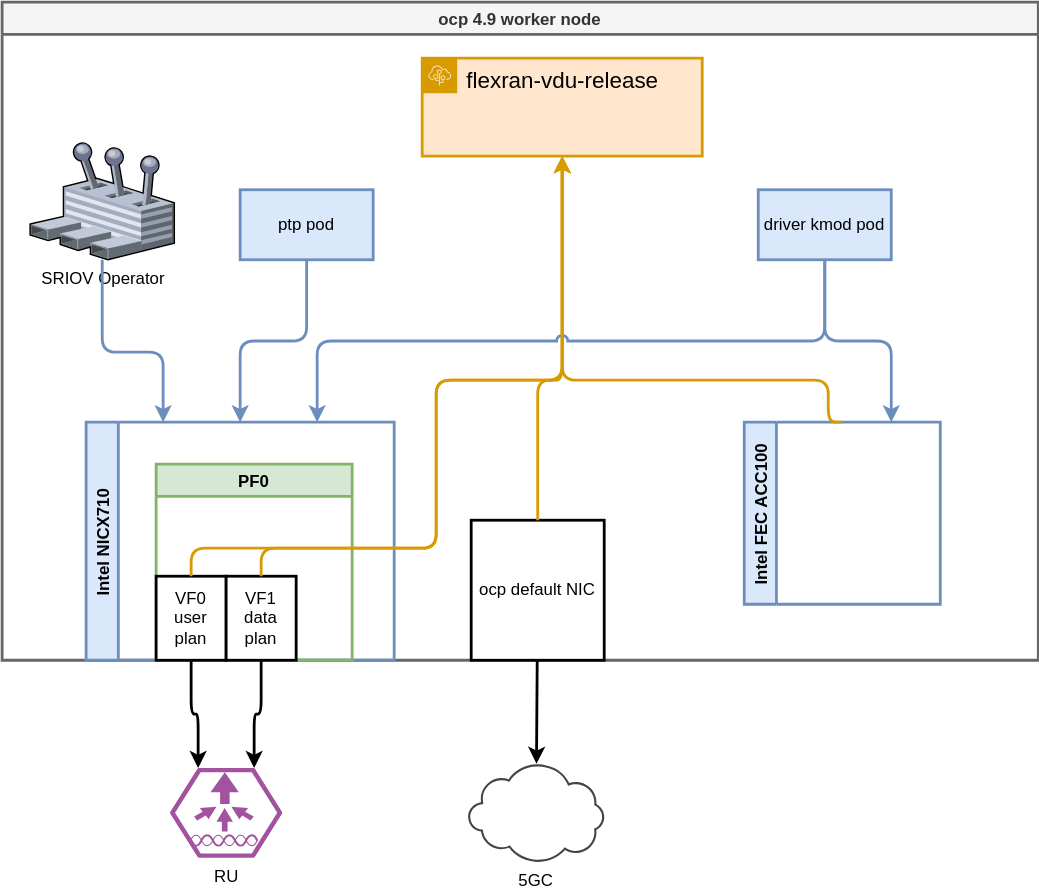
Above: redhat/ocp4/4.10/dia/4.10.flexran.pf.operator.drawio.svg in wangzheng422/docker_env (draw.io), before the change. Source tidied: cells renumbered, new cells last; positions are measured from the earlier drawing's top-left corner, leaving out a move shared by most shapes.
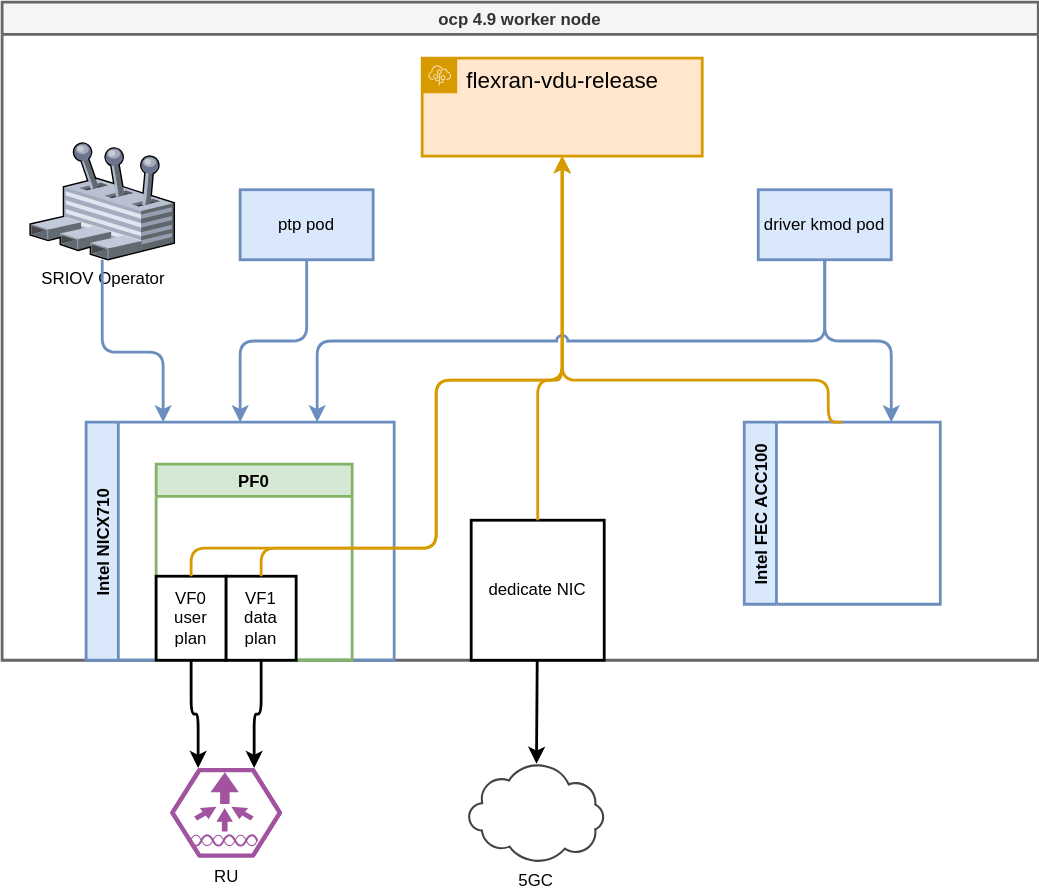
Above is the later version.

The edit, as a diff of the source:
```diff
@@ -36,7 +36,7 @@
         </Array>
       </mxGeometry>
     </mxCell>
-    <mxCell id="11" value="ocp default NIC" style="rounded=0;whiteSpace=wrap;html=1;strokeWidth=2;" parent="2" vertex="1">
+    <mxCell id="11" value="dedicate NIC" style="rounded=0;whiteSpace=wrap;html=1;strokeWidth=2;" parent="2" vertex="1">
       <mxGeometry x="335" y="370" width="95" height="100" as="geometry" />
     </mxCell>
     <mxCell id="12" style="edgeStyle=orthogonalEdgeStyle;html=1;strokeWidth=2;fillColor=#ffe6cc;strokeColor=#d79b00;entryX=0.5;entryY=1;entryDx=0;entryDy=0;exitX=0.5;exitY=0;exitDx=0;exitDy=0;" parent="2" edge="1" source="7" target="3">
```
